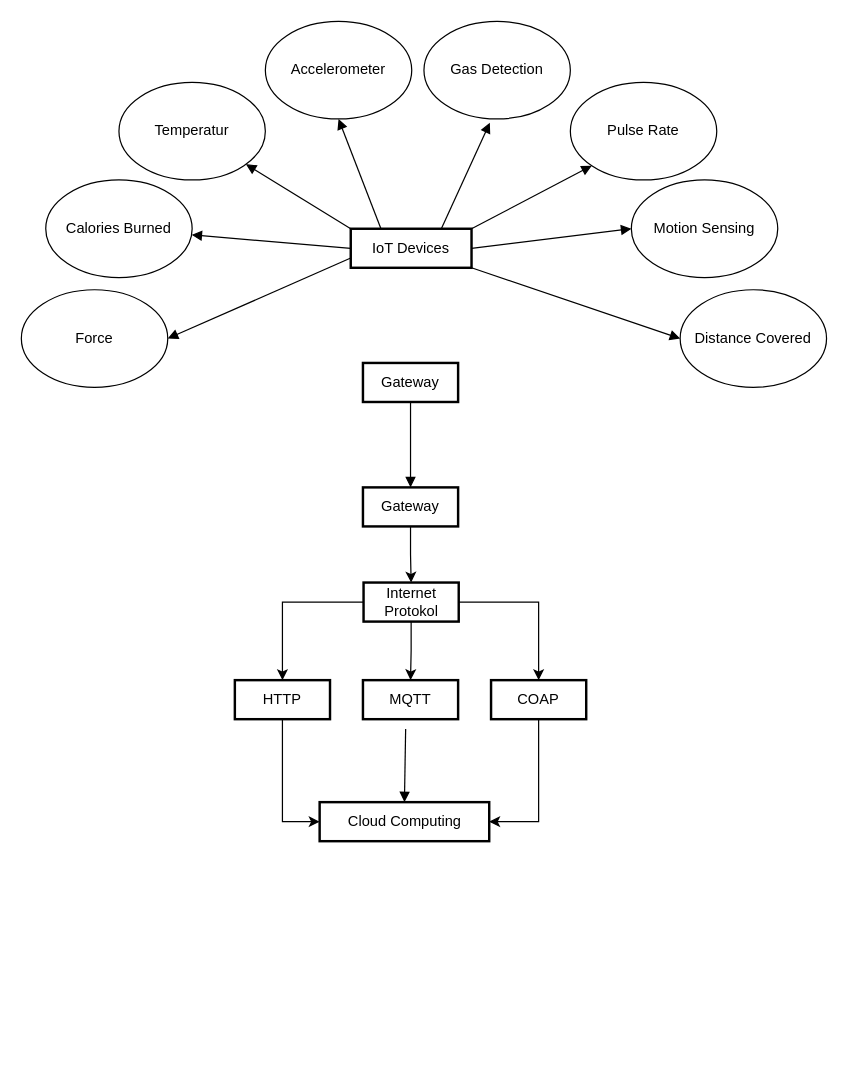
This is block diagram.drawio from zaenal-abidin-syah/diagram, a draw.io file, before an edit. Source tidied: cells renumbered, new cells numbered last; positions are measured from the earlier drawing's top-left corner, leaving out a move shared by most shapes. Both pictures are drawn from the tidied source at 122%, with x=0, y=0 at pixel (21, 21).
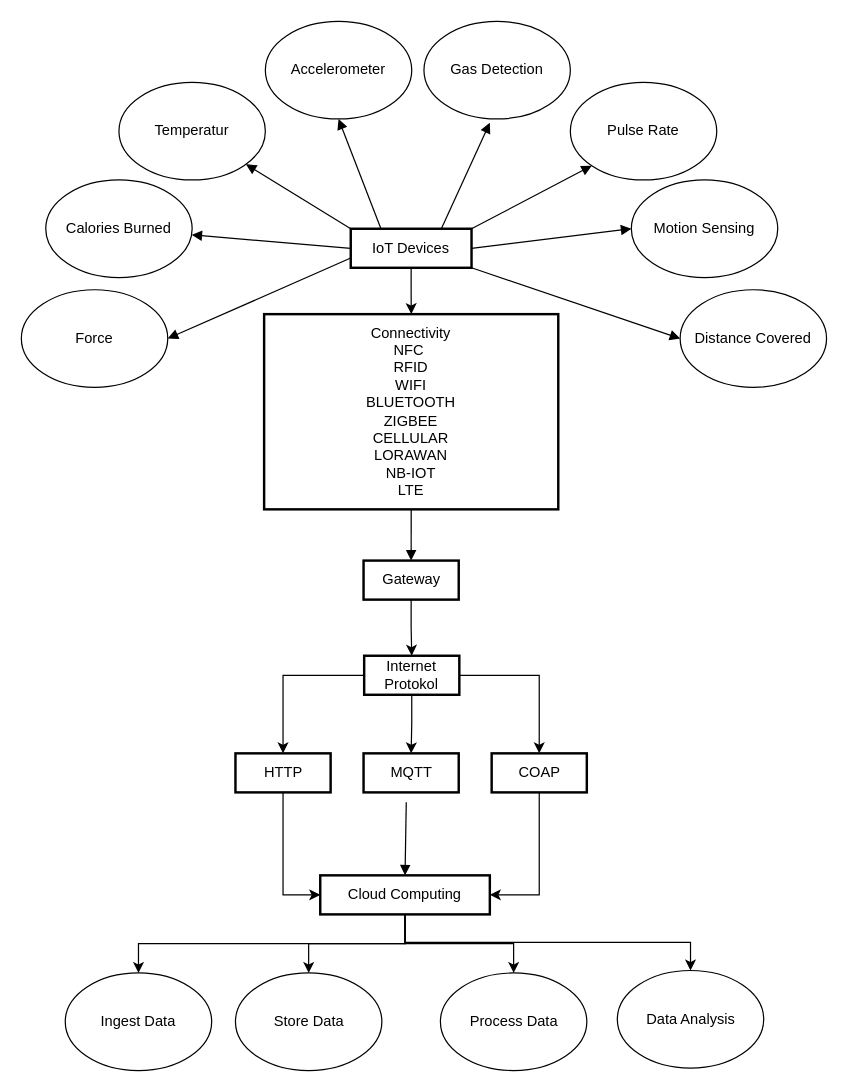
The same page after the edit.

The change refers to these unchanged cells:
```xml
<mxCell id="2" value="IoT Devices" style="whiteSpace=wrap;strokeWidth=2;" parent="1" vertex="1">
  <mxGeometry x="270" y="170" width="99" height="32" as="geometry" />
</mxCell>
```

What changed in the source:
```diff
@@
+    <mxCell id="34" style="edgeStyle=orthogonalEdgeStyle;rounded=0;jettySize=auto;html=1;" parent="1" edge="1" source="2" target="33">
+      <mxGeometry relative="1" as="geometry" />
+    </mxCell>
@@
     <mxCell id="4" value="Gateway" style="whiteSpace=wrap;strokeWidth=2;" parent="1" vertex="1">
-      <mxGeometry x="280" y="382" width="78" height="32" as="geometry" />
+      <mxGeometry x="280.5" y="442" width="78" height="32" as="geometry" />
     </mxCell>
+    <mxCell id="35" style="edgeStyle=orthogonalEdgeStyle;rounded=0;jettySize=auto;html=1;" parent="1" edge="1" source="5" target="38">
+      <mxGeometry relative="1" as="geometry" />
+    </mxCell>
+    <mxCell id="36" style="edgeStyle=orthogonalEdgeStyle;rounded=0;jettySize=auto;html=1;entryX=0.5;entryY=0;entryDx=0;entryDy=0;" parent="1" edge="1" source="5" target="37">
+      <mxGeometry relative="1" as="geometry" />
+    </mxCell>
     <mxCell id="5" value="Cloud Computing" style="whiteSpace=wrap;strokeWidth=2;" parent="1" vertex="1">
-      <mxGeometry x="244.5" y="640" width="139" height="32" as="geometry" />
+      <mxGeometry x="245" y="700" width="139" height="32" as="geometry" />
     </mxCell>
-    <mxCell id="6" style="curved=1;startArrow=none;endArrow=block;entryX=0.5;entryY=0;exitX=0.5;exitY=1;exitDx=0;exitDy=0;" parent="1" edge="1" source="33" target="4">
+    <mxCell id="6" style="curved=1;startArrow=none;endArrow=block;exitX=0.5;exitY=1;exitDx=0;exitDy=0;entryX=0.5;entryY=0;entryDx=0;entryDy=0;" parent="1" edge="1" source="33" target="4">
       <mxGeometry relative="1" as="geometry" />
     </mxCell>
     <mxCell id="7" style="curved=1;startArrow=none;endArrow=block;entryX=0.5;entryY=0;" parent="1" edge="1" target="5">
       <mxGeometry relative="1" as="geometry">
-        <mxPoint x="315" y="580" as="sourcePoint" />
+        <mxPoint x="315.5" y="640" as="sourcePoint" />
       </mxGeometry>
     </mxCell>
@@
     <mxCell id="14" value="HTTP" style="whiteSpace=wrap;strokeWidth=2;" parent="1" vertex="1">
-      <mxGeometry x="175" y="540" width="78" height="32" as="geometry" />
+      <mxGeometry x="175.5" y="600" width="78" height="32" as="geometry" />
     </mxCell>
     <mxCell id="15" value="MQTT" style="whiteSpace=wrap;strokeWidth=2;" parent="1" vertex="1">
-      <mxGeometry x="280" y="540" width="78" height="32" as="geometry" />
+      <mxGeometry x="280.5" y="600" width="78" height="32" as="geometry" />
     </mxCell>
     <mxCell id="16" value="COAP" style="whiteSpace=wrap;strokeWidth=2;" parent="1" vertex="1">
-      <mxGeometry x="385" y="540" width="78" height="32" as="geometry" />
+      <mxGeometry x="385.5" y="600" width="78" height="32" as="geometry" />
     </mxCell>
@@
     <mxCell id="18" value="Internet Protokol" style="whiteSpace=wrap;strokeWidth=2;" parent="1" vertex="1">
-      <mxGeometry x="280.5" y="460" width="78" height="32" as="geometry" />
+      <mxGeometry x="281" y="520" width="78" height="32" as="geometry" />
     </mxCell>
@@
-    <mxCell id="33" value="Gateway" style="whiteSpace=wrap;strokeWidth=2;" parent="1" vertex="1">
-      <mxGeometry x="280" y="280" width="78" height="32" as="geometry" />
+    <mxCell id="33" value="Connectivity&#10;NFC &#10;RFID&#10;WIFI&#10;BLUETOOTH&#10;ZIGBEE&#10;CELLULAR&#10;LORAWAN&#10;NB-IOT&#10;LTE" style="whiteSpace=wrap;strokeWidth=2;" parent="1" vertex="1">
+      <mxGeometry x="199" y="240" width="241.1" height="160" as="geometry" />
     </mxCell>
+    <mxCell id="37" value="Store Data" style="ellipse;whiteSpace=wrap;html=1;" parent="1" vertex="1">
+      <mxGeometry x="175.5" y="780" width="120" height="80" as="geometry" />
+    </mxCell>
+    <mxCell id="38" value="Process Data" style="ellipse;whiteSpace=wrap;html=1;" parent="1" vertex="1">
+      <mxGeometry x="343.5" y="780" width="120" height="80" as="geometry" />
+    </mxCell>
+    <mxCell id="39" style="edgeStyle=orthogonalEdgeStyle;rounded=0;jettySize=auto;html=1;exitX=0.5;exitY=1;exitDx=0;exitDy=0;" parent="1" edge="1" source="5" target="40">
+      <mxGeometry relative="1" as="geometry" />
+    </mxCell>
+    <mxCell id="40" value="Data Analysis" style="ellipse;whiteSpace=wrap;html=1;" parent="1" vertex="1">
+      <mxGeometry x="488.5" y="778" width="120" height="80" as="geometry" />
+    </mxCell>
+    <mxCell id="41" style="edgeStyle=orthogonalEdgeStyle;rounded=0;jettySize=auto;html=1;entryX=0.5;entryY=0;entryDx=0;entryDy=0;exitX=0.5;exitY=1;exitDx=0;exitDy=0;" parent="1" edge="1" source="5" target="42">
+      <mxGeometry relative="1" as="geometry" />
+    </mxCell>
+    <mxCell id="42" value="Ingest Data" style="ellipse;whiteSpace=wrap;html=1;" parent="1" vertex="1">
+      <mxGeometry x="36" y="780" width="120" height="80" as="geometry" />
+    </mxCell>
```
